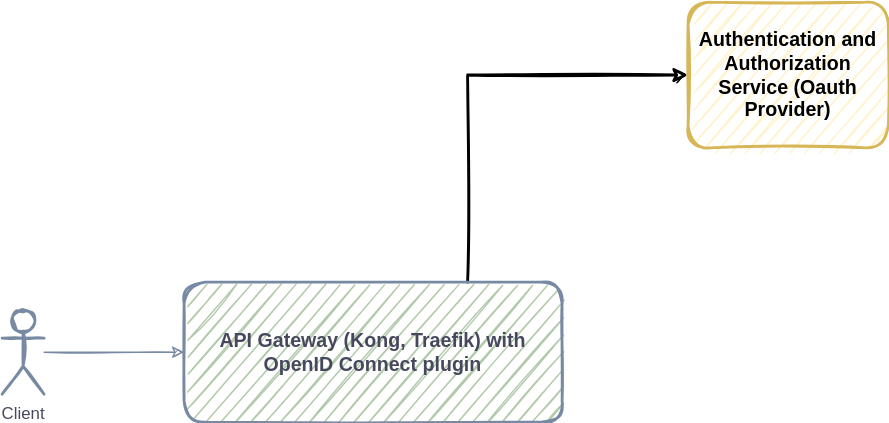
Above: microservices.drawio.svg in vahidzafari/microservice-design (draw.io), before the change. Source tidied: cells renumbered, new cells last; positions are measured from the earlier drawing's top-left corner, leaving out a move shared by most shapes.
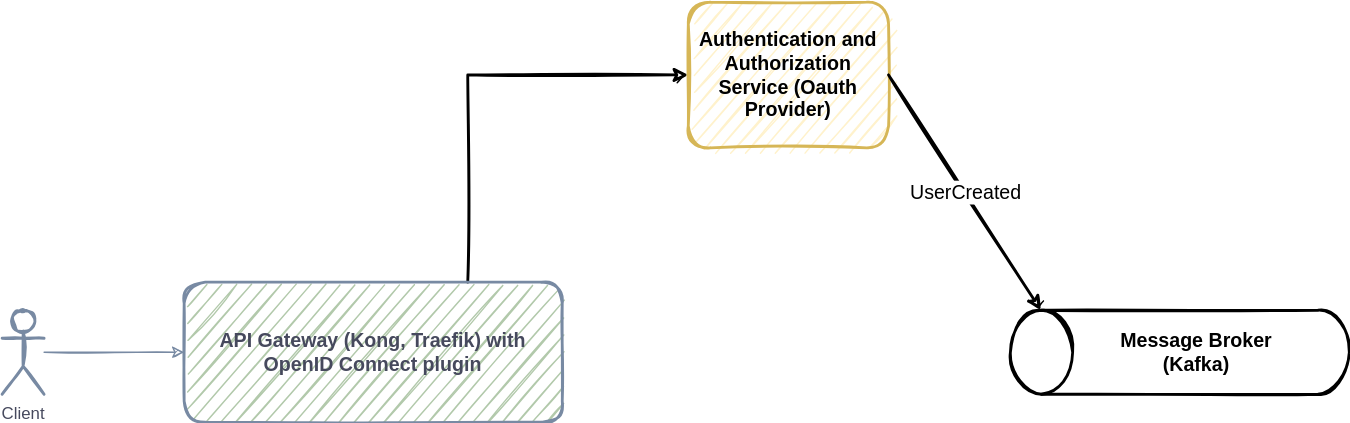
Later version of the same file.

Commit message:
add message broker

What changed in the source:
```diff
@@ -17,5 +17,17 @@
     <mxCell id="6" value="&lt;font style=&quot;font-size: 14px;&quot;&gt;&lt;b&gt;Authentication and Authorization Service (Oauth Provider)&lt;/b&gt;&lt;/font&gt;" style="rounded=1;whiteSpace=wrap;html=1;sketch=1;strokeWidth=2;fillColor=#fff2cc;strokeColor=#d6b656;" parent="1" vertex="1">
       <mxGeometry x="490" width="143" height="104" as="geometry" />
     </mxCell>
+    <mxCell id="7" style="strokeWidth=2;html=1;shape=mxgraph.flowchart.direct_data;whiteSpace=wrap;sketch=1;fontSize=14;rotation=-180;" parent="1" vertex="1">
+      <mxGeometry x="720" y="220" width="242" height="60" as="geometry" />
+    </mxCell>
+    <mxCell id="8" value="Message Broker (Kafka)" style="text;html=1;strokeColor=none;fillColor=none;align=center;verticalAlign=middle;whiteSpace=wrap;rounded=0;sketch=1;strokeWidth=2;fontSize=14;fontStyle=1;" parent="1" vertex="1">
+      <mxGeometry x="788" y="235" width="130" height="30" as="geometry" />
+    </mxCell>
+    <mxCell id="9" style="endArrow=classic;html=1;rounded=0;sketch=1;strokeWidth=2;fontSize=14;exitX=1;exitY=0.5;exitDx=0;exitDy=0;entryX=0.91;entryY=1;entryDx=0;entryDy=0;entryPerimeter=0;" parent="1" edge="1" source="6" target="7">
+      <mxGeometry relative="1" as="geometry" />
+    </mxCell>
+    <mxCell id="10" value="UserCreated" style="edgeLabel;html=1;align=center;verticalAlign=middle;sketch=1;strokeWidth=2;fontSize=14;" parent="9" vertex="1">
+      <mxGeometry relative="1" as="geometry" />
+    </mxCell>
   </root>
 </mxGraphModel>
```
